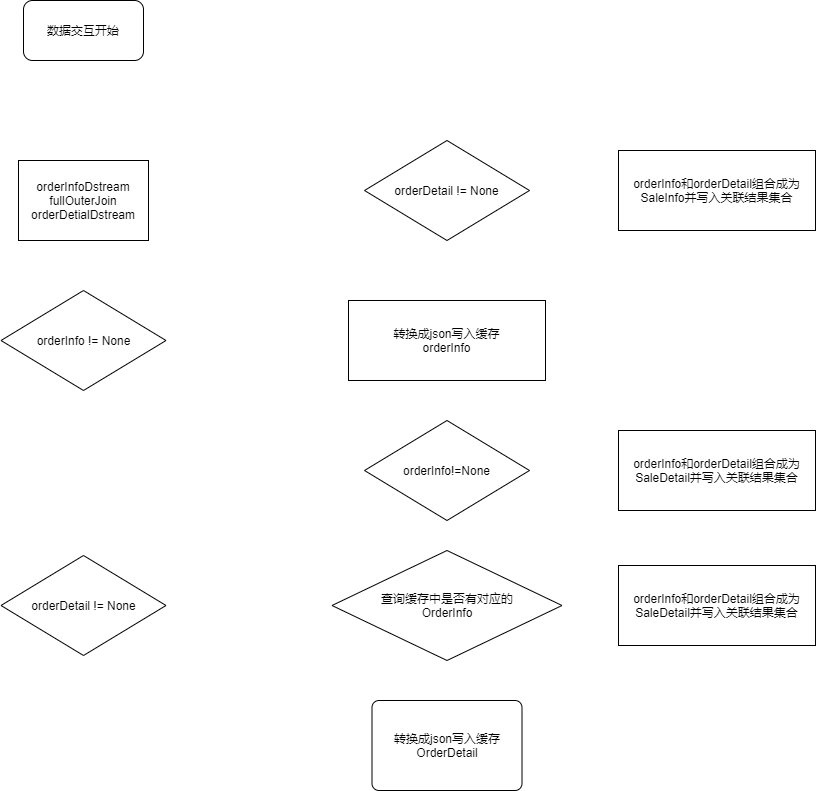
Earlier version of the draw.io export 双流join流程图.png (dyzcs/mall-2020). Source tidied: cells renumbered, new cells last; positions are measured from the earlier drawing's top-left corner, leaving out a move shared by most shapes.
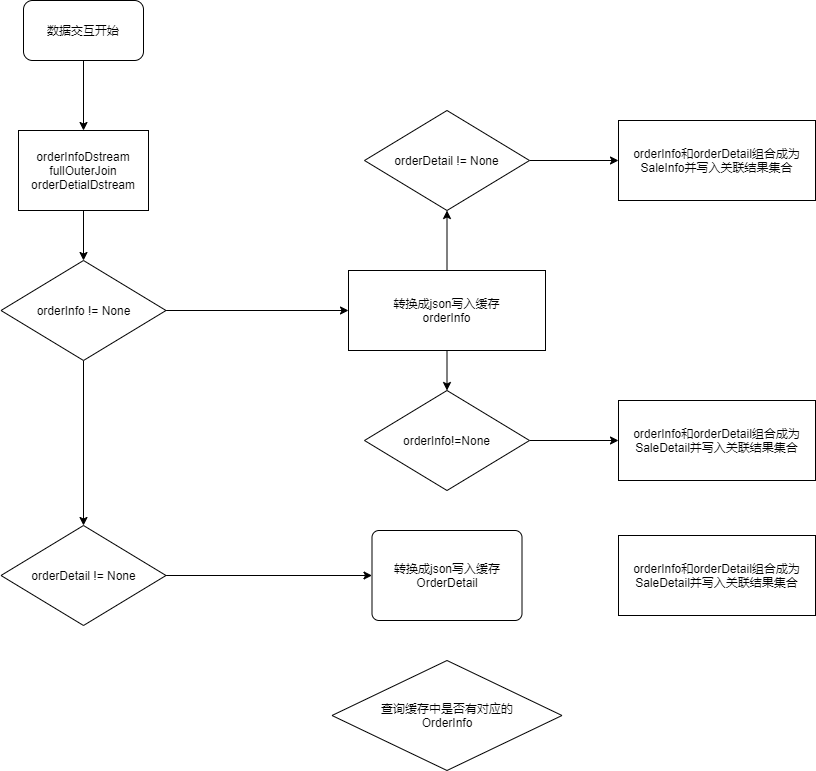
After the commit.

Commit message:
更新双流join流程图.png

What changed in the source:
```diff
@@ -2,26 +2,47 @@
   <root>
     <mxCell id="0" />
     <mxCell id="1" parent="0" />
+    <mxCell id="14" style="edgeStyle=orthogonalEdgeStyle;rounded=0;jettySize=auto;html=1;" parent="1" edge="1" source="2" target="3">
+      <mxGeometry relative="1" as="geometry" />
+    </mxCell>
+    <mxCell id="15" style="edgeStyle=orthogonalEdgeStyle;rounded=0;jettySize=auto;html=1;" parent="1" edge="1" source="2" target="5">
+      <mxGeometry relative="1" as="geometry" />
+    </mxCell>
     <mxCell id="2" value="orderInfo != None" style="strokeWidth=1;html=1;shape=mxgraph.flowchart.decision;whiteSpace=wrap;" parent="1" vertex="1">
       <mxGeometry x="0.5" y="290" width="165" height="100" as="geometry" />
     </mxCell>
+    <mxCell id="16" style="edgeStyle=orthogonalEdgeStyle;rounded=0;jettySize=auto;html=1;entryX=0;entryY=0.5;entryDx=0;entryDy=0;" parent="1" edge="1" source="3" target="8">
+      <mxGeometry relative="1" as="geometry" />
+    </mxCell>
     <mxCell id="3" value="orderDetail != None" style="strokeWidth=1;html=1;shape=mxgraph.flowchart.decision;whiteSpace=wrap;" parent="1" vertex="1">
       <mxGeometry x="0.5" y="555" width="165" height="100" as="geometry" />
     </mxCell>
+    <mxCell id="17" style="edgeStyle=orthogonalEdgeStyle;rounded=0;jettySize=auto;html=1;entryX=0;entryY=0.5;entryDx=0;entryDy=0;" parent="1" edge="1" source="4" target="9">
+      <mxGeometry relative="1" as="geometry" />
+    </mxCell>
     <mxCell id="4" value="orderDetail != None" style="strokeWidth=1;html=1;shape=mxgraph.flowchart.decision;whiteSpace=wrap;" parent="1" vertex="1">
       <mxGeometry x="364" y="140" width="165" height="100" as="geometry" />
     </mxCell>
+    <mxCell id="18" style="edgeStyle=orthogonalEdgeStyle;rounded=0;jettySize=auto;html=1;entryX=0.5;entryY=1;entryDx=0;entryDy=0;entryPerimeter=0;" parent="1" edge="1" source="5" target="4">
+      <mxGeometry relative="1" as="geometry" />
+    </mxCell>
+    <mxCell id="19" style="edgeStyle=orthogonalEdgeStyle;rounded=0;jettySize=auto;html=1;" parent="1" edge="1" source="5" target="6">
+      <mxGeometry relative="1" as="geometry" />
+    </mxCell>
     <mxCell id="5" value="转换成json写入缓存&lt;br&gt;orderInfo" style="rounded=0;whiteSpace=wrap;html=1;absoluteArcSize=1;arcSize=14;strokeWidth=1;" parent="1" vertex="1">
       <mxGeometry x="348" y="300" width="197" height="80" as="geometry" />
     </mxCell>
+    <mxCell id="20" style="edgeStyle=orthogonalEdgeStyle;rounded=0;jettySize=auto;html=1;" parent="1" edge="1" source="6" target="10">
+      <mxGeometry relative="1" as="geometry" />
+    </mxCell>
     <mxCell id="6" value="orderInfo!=None" style="strokeWidth=1;html=1;shape=mxgraph.flowchart.decision;whiteSpace=wrap;" parent="1" vertex="1">
       <mxGeometry x="364" y="420" width="165" height="100" as="geometry" />
     </mxCell>
     <mxCell id="7" value="查询缓存中是否有对应的&lt;br&gt;OrderInfo" style="strokeWidth=1;html=1;shape=mxgraph.flowchart.decision;whiteSpace=wrap;" parent="1" vertex="1">
-      <mxGeometry x="331.5" y="550" width="230" height="110" as="geometry" />
+      <mxGeometry x="331.5" y="690" width="230" height="110" as="geometry" />
     </mxCell>
     <mxCell id="8" value="转换成json写入缓存&lt;br&gt;OrderDetail" style="rounded=1;whiteSpace=wrap;html=1;absoluteArcSize=1;arcSize=14;strokeWidth=1;" parent="1" vertex="1">
-      <mxGeometry x="371.5" y="700" width="150" height="90" as="geometry" />
+      <mxGeometry x="371.5" y="560" width="150" height="90" as="geometry" />
     </mxCell>
     <mxCell id="9" value="orderInfo和orderDetail组合成为SaleInfo并写入关联结果集合" style="rounded=0;whiteSpace=wrap;html=1;absoluteArcSize=1;arcSize=14;strokeWidth=1;" parent="1" vertex="1">
       <mxGeometry x="618" y="150" width="197" height="80" as="geometry" />
@@ -32,9 +53,15 @@
     <mxCell id="11" value="orderInfo和orderDetail组合成为SaleDetail并写入关联结果集合" style="rounded=0;whiteSpace=wrap;html=1;absoluteArcSize=1;arcSize=14;strokeWidth=1;" parent="1" vertex="1">
       <mxGeometry x="618" y="565" width="197" height="80" as="geometry" />
     </mxCell>
+    <mxCell id="21" style="edgeStyle=orthogonalEdgeStyle;rounded=0;jettySize=auto;html=1;" parent="1" edge="1" source="12" target="13">
+      <mxGeometry relative="1" as="geometry" />
+    </mxCell>
     <mxCell id="12" value="数据交互开始" style="rounded=1;whiteSpace=wrap;html=1;" parent="1" vertex="1">
-      <mxGeometry x="23" width="120" height="60" as="geometry" />
+      <mxGeometry x="23" y="30" width="120" height="60" as="geometry" />
     </mxCell>
+    <mxCell id="22" style="edgeStyle=orthogonalEdgeStyle;rounded=0;jettySize=auto;html=1;entryX=0.5;entryY=0;entryDx=0;entryDy=0;entryPerimeter=0;" parent="1" edge="1" source="13" target="2">
+      <mxGeometry relative="1" as="geometry" />
+    </mxCell>
     <mxCell id="13" value="&lt;span&gt;orderInfoDstream&lt;/span&gt;&lt;br&gt;&lt;span&gt;fullOuterJoin&lt;/span&gt;&lt;br&gt;&lt;span&gt;orderDetialDstream&lt;/span&gt;" style="rounded=0;whiteSpace=wrap;html=1;" parent="1" vertex="1">
       <mxGeometry x="18" y="160" width="130" height="80" as="geometry" />
     </mxCell>
```
